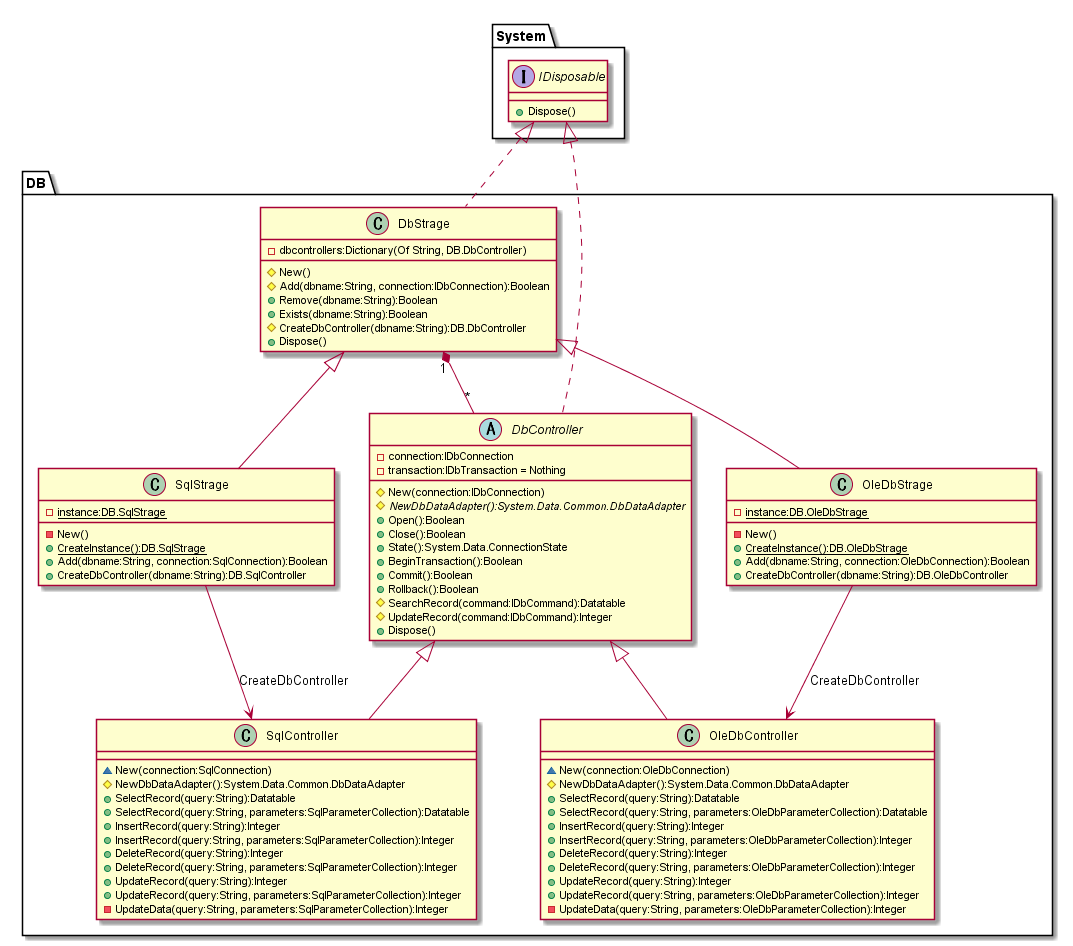
hirorich/CommonTool keeps this PlantUML diagram as doc/ClassDiagram/DbControll.png. Above is the earlier version.
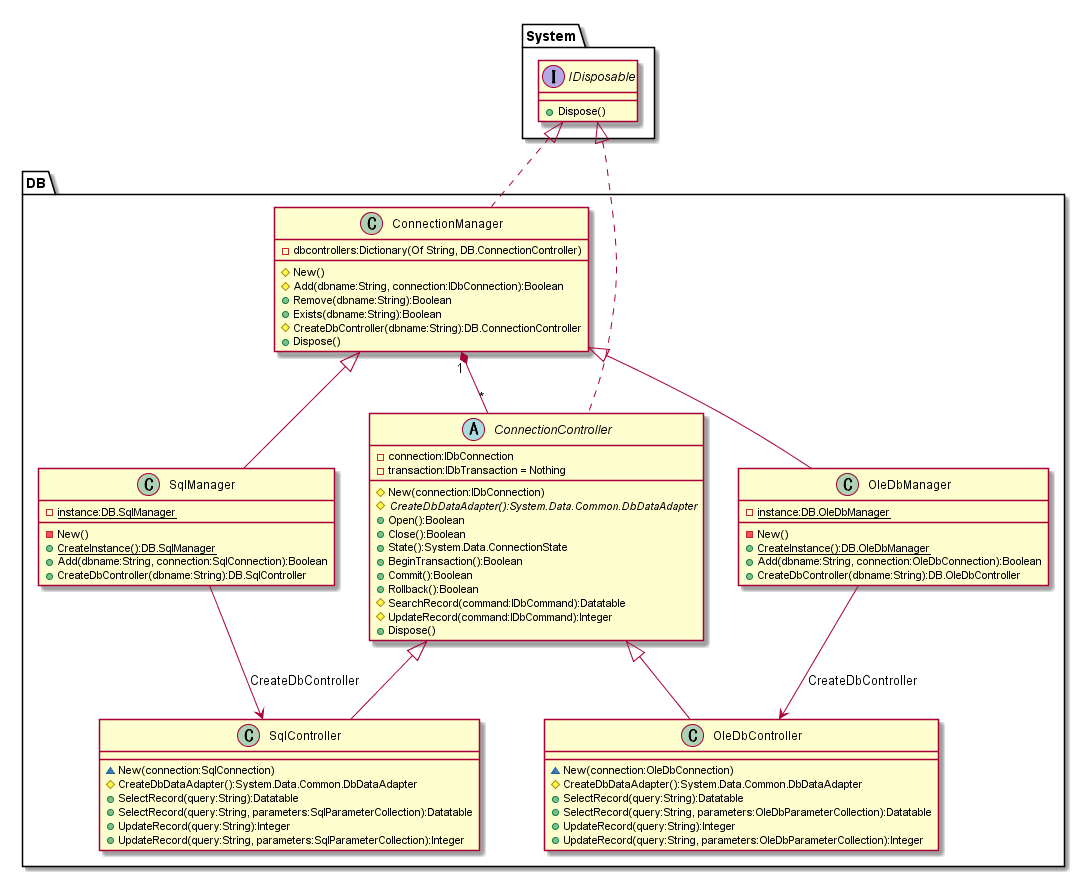
Above is the later version.

Change to the diagram source:
```diff
@@ -4,44 +4,44 @@
   + Dispose()
 }
 
-class DB.DbStrage {
-  - {field} dbcontrollers:Dictionary(Of String, DB.DbController)
+class DB.ConnectionManager {
+  - {field} dbcontrollers:Dictionary(Of String, DB.ConnectionController)
 
   # New()
   # Add(dbname:String, connection:IDbConnection):Boolean
   + Remove(dbname:String):Boolean
   + Exists(dbname:String):Boolean
-  # CreateDbController(dbname:String):DB.DbController
+  # CreateDbController(dbname:String):DB.ConnectionController
   + Dispose()
 }
-System.IDisposable <|.. DB.DbStrage
+System.IDisposable <|.. DB.ConnectionManager
 
-class DB.SqlStrage {
-  - {static} instance:DB.SqlStrage
+class DB.SqlManager {
+  - {static} instance:DB.SqlManager
 
   - New()
-  + {static} CreateInstance():DB.SqlStrage
+  + {static} CreateInstance():DB.SqlManager
   + Add(dbname:String, connection:SqlConnection):Boolean
   + CreateDbController(dbname:String):DB.SqlController
 }
-DB.DbStrage <|-- DB.SqlStrage
+DB.ConnectionManager <|-- DB.SqlManager
 
-class DB.OleDbStrage {
-  - {static} instance:DB.OleDbStrage
+class DB.OleDbManager {
+  - {static} instance:DB.OleDbManager
 
   - New()
-  + {static} CreateInstance():DB.OleDbStrage
+  + {static} CreateInstance():DB.OleDbManager
   + Add(dbname:String, connection:OleDbConnection):Boolean
   + CreateDbController(dbname:String):DB.OleDbController
 }
-DB.DbStrage <|-- DB.OleDbStrage
+DB.ConnectionManager <|-- DB.OleDbManager
 
-abstract class DB.DbController {
+abstract class DB.ConnectionController {
   - connection:IDbConnection
   - transaction:IDbTransaction = Nothing
 
   # New(connection:IDbConnection)
-  # {abstract} NewDbDataAdapter():System.Data.Common.DbDataAdapter
+  # {abstract} CreateDbDataAdapter():System.Data.Common.DbDataAdapter
   + Open():Boolean
   + Close():Boolean
   + State():System.Data.ConnectionState
@@ -52,43 +52,33 @@
   # UpdateRecord(command:IDbCommand):Integer
   + Dispose()
 }
-System.IDisposable <|.. DB.DbController
+System.IDisposable <|.. DB.ConnectionController
 
 class DB.SqlController {
 
   ~ New(connection:SqlConnection)
-  # NewDbDataAdapter():System.Data.Common.DbDataAdapter
+  # CreateDbDataAdapter():System.Data.Common.DbDataAdapter
   + SelectRecord(query:String):Datatable
   + SelectRecord(query:String, parameters:SqlParameterCollection):Datatable
-  + InsertRecord(query:String):Integer
-  + InsertRecord(query:String, parameters:SqlParameterCollection):Integer
-  + DeleteRecord(query:String):Integer
-  + DeleteRecord(query:String, parameters:SqlParameterCollection):Integer
   + UpdateRecord(query:String):Integer
   + UpdateRecord(query:String, parameters:SqlParameterCollection):Integer
-  - UpdateData(query:String, parameters:SqlParameterCollection):Integer
 }
-DB.DbController <|-- DB.SqlController
+DB.ConnectionController <|-- DB.SqlController
 
 class DB.OleDbController {
 
   ~ New(connection:OleDbConnection)
-  # NewDbDataAdapter():System.Data.Common.DbDataAdapter
+  # CreateDbDataAdapter():System.Data.Common.DbDataAdapter
   + SelectRecord(query:String):Datatable
   + SelectRecord(query:String, parameters:OleDbParameterCollection):Datatable
-  + InsertRecord(query:String):Integer
-  + InsertRecord(query:String, parameters:OleDbParameterCollection):Integer
-  + DeleteRecord(query:String):Integer
-  + DeleteRecord(query:String, parameters:OleDbParameterCollection):Integer
   + UpdateRecord(query:String):Integer
   + UpdateRecord(query:String, parameters:OleDbParameterCollection):Integer
-  - UpdateData(query:String, parameters:OleDbParameterCollection):Integer
 }
-DB.DbController <|-- DB.OleDbController
+DB.ConnectionController <|-- DB.OleDbController
 
-DB.DbStrage "1" *-- "*" DB.DbController
+DB.ConnectionManager "1" *-- "*" DB.ConnectionController
 
-DB.SqlStrage --> DB.SqlController:CreateDbController
-DB.OleDbStrage --> DB.OleDbController:CreateDbController
+DB.SqlManager --> DB.SqlController:CreateDbController
+DB.OleDbManager --> DB.OleDbController:CreateDbController
 
 @enduml
```
